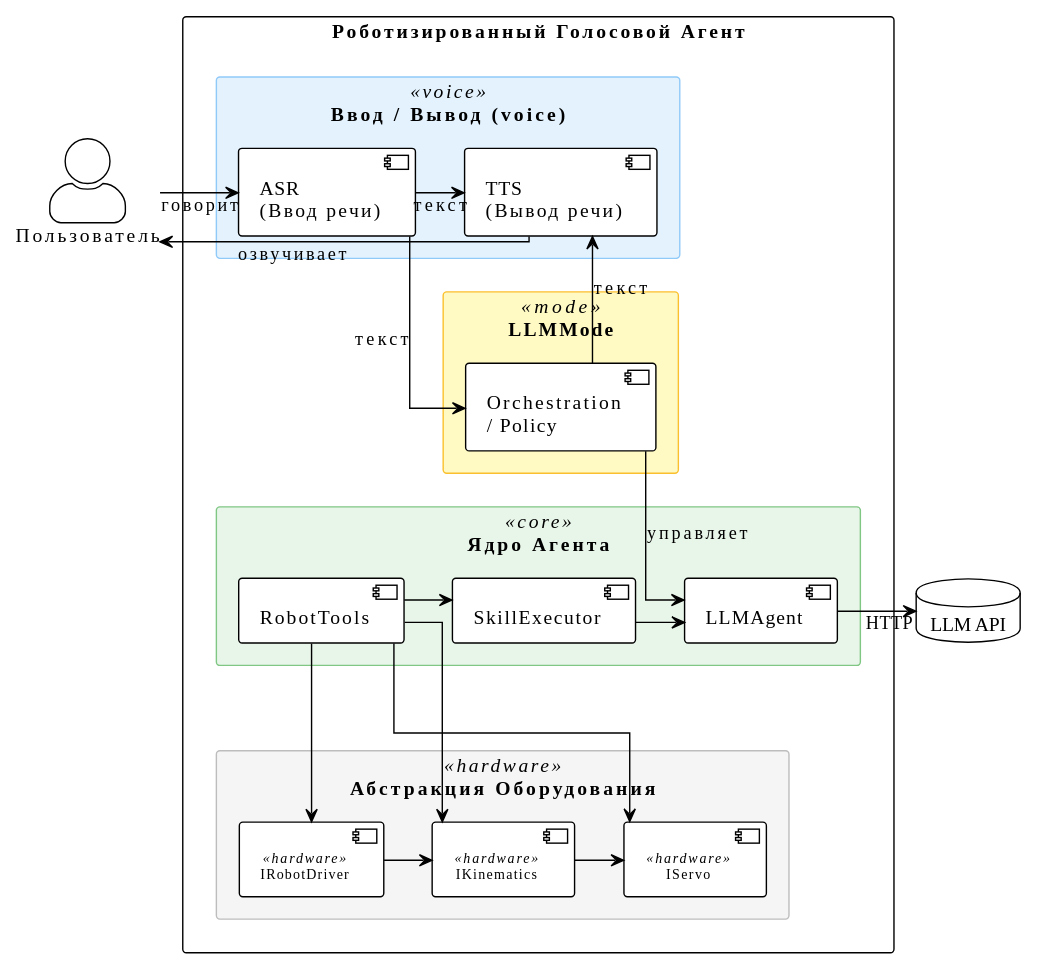
Above: docs/diagram.svg in EgorMichel/AIRobot (PlantUML), before the change.
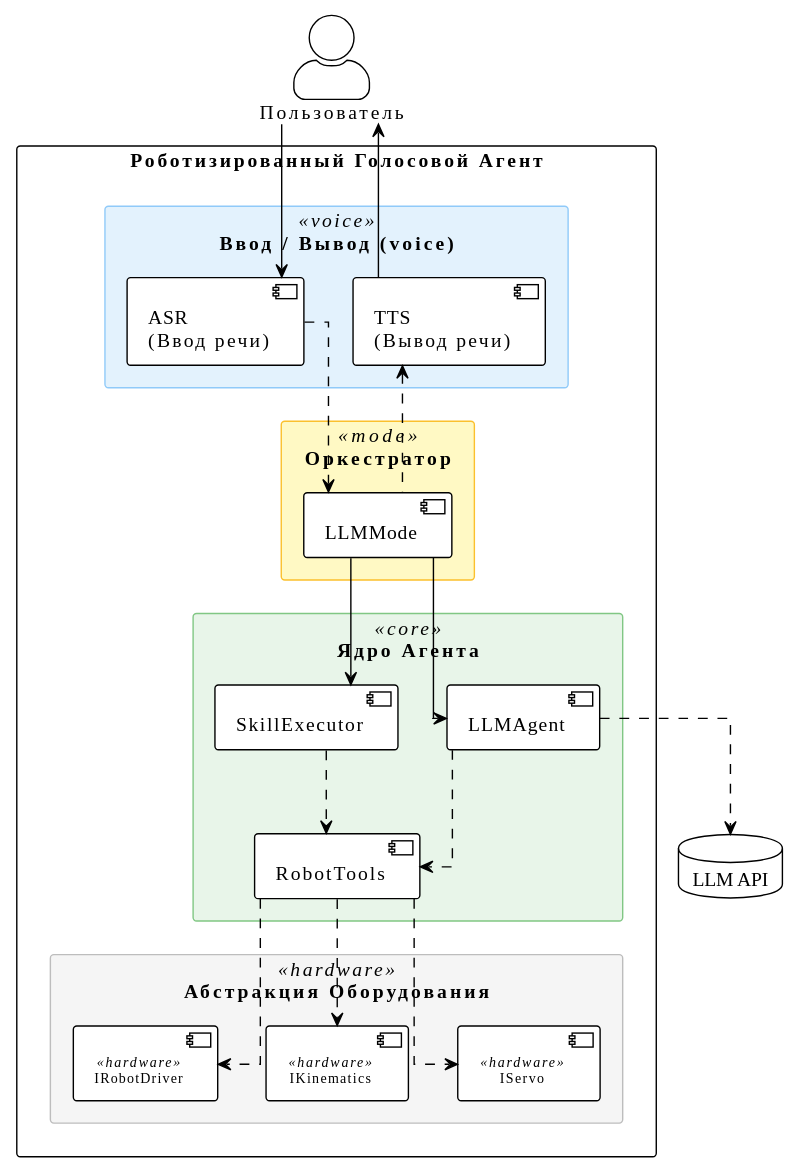
After the commit.

Commit message:
fix: better diagram

Change to the diagram source:
```diff
@@ -39,44 +39,38 @@
   package "Ввод / Вывод (voice)" <<voice>> {
     [ASR\n(Ввод речи)] as ASR
     [TTS\n(Вывод речи)] as TTS
-
-    ASR -right-> TTS : текст
   }
 
-  package "LLMMode" <<mode>> {
-    [Orchestration\n/ Policy] as Policy
+  package "Оркестратор" <<mode>> {
+    [LLMMode] as Mode
   }
 
   package "Ядро Агента" <<core>> {
+    [LLMAgent] as Agent
     [SkillExecutor] as Executor
     [RobotTools] as Tools
-    [LLMAgent] as Agent
-
-    Tools -right-> Executor
-    Executor -right-> Agent
   }
 
   package "Абстракция Оборудования" <<hardware>> {
     component "IRobotDriver" as IDriver <<hardware>>
     component "IKinematics" as IKinematics <<hardware>>
     component "IServo" as IServo <<hardware>>
-
-    IDriver -right-> IKinematics
-    IKinematics -right-> IServo
   }
 }
 
-User -right-> ASR : говорит
-TTS -left-> User : озвучивает
+User -> ASR
+TTS -up-> User
 
-ASR -down-> Policy : текст
-Policy -down-> TTS : текст
+ASR ..> Mode
+Mode .up.> TTS
+Mode -down-> Agent
+Mode -down-> Executor
 
-Policy -down-> Agent : управляет
+Agent ..> LLM_API
+Agent ..> Tools
+Executor ..> Tools
 
-Agent --right--> LLM_API : HTTP
-
-Tools --down-> IDriver
-Tools --down-> IKinematics
-Tools --down-> IServo
+Tools .down.> IDriver
+Tools .down.> IKinematics
+Tools .down.> IServo
 @enduml
```
